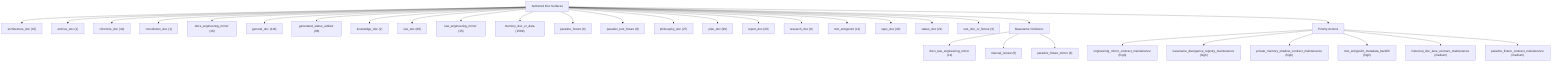
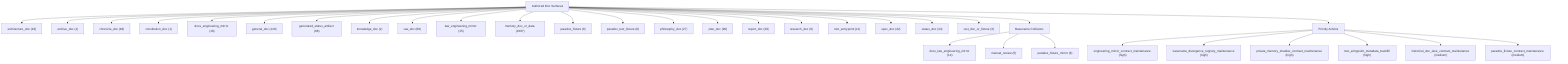
graph TD
    root["Authored Doc Surfaces"]
-     category_architecture_doc["architecture_doc (15)"]
+     category_architecture_doc["architecture_doc (18)"]
    root --> category_architecture_doc
    category_archive_doc["archive_doc (1)"]
    root --> category_archive_doc
-     category_chronicle_doc["chronicle_doc (42)"]
+     category_chronicle_doc["chronicle_doc (48)"]
    root --> category_chronicle_doc
    category_constitution_doc["constitution_doc (1)"]
    root --> category_constitution_doc
    category_docs_engineering_mirror["docs_engineering_mirror (16)"]
    root --> category_docs_engineering_mirror
-     category_general_doc["general_doc (118)"]
+     category_general_doc["general_doc (128)"]
    root --> category_general_doc
    category_generated_status_artifact["generated_status_artifact (96)"]
    root --> category_generated_status_artifact
    category_knowledge_doc["knowledge_doc (2)"]
    root --> category_knowledge_doc
    category_law_doc["law_doc (60)"]
    root --> category_law_doc
    category_law_engineering_mirror["law_engineering_mirror (15)"]
    root --> category_law_engineering_mirror
-     category_memory_doc_or_data["memory_doc_or_data (1589)"]
+     category_memory_doc_or_data["memory_doc_or_data (1607)"]
    root --> category_memory_doc_or_data
    category_paradox_fixture["paradox_fixture (8)"]
    root --> category_paradox_fixture
    category_paradox_test_fixture["paradox_test_fixture (8)"]
    root --> category_paradox_test_fixture
    category_philosophy_doc["philosophy_doc (27)"]
    root --> category_philosophy_doc
-     category_plan_doc["plan_doc (98)"]
+     category_plan_doc["plan_doc (99)"]
    root --> category_plan_doc
    category_report_doc["report_doc (29)"]
    root --> category_report_doc
-     category_research_doc["research_doc (8)"]
+     category_research_doc["research_doc (9)"]
    root --> category_research_doc
    category_root_entrypoint["root_entrypoint (11)"]
    root --> category_root_entrypoint
-     category_spec_doc["spec_doc (40)"]
+     category_spec_doc["spec_doc (42)"]
    root --> category_spec_doc
    category_status_doc["status_doc (24)"]
    root --> category_status_doc
    category_test_doc_or_fixture["test_doc_or_fixture (3)"]
    root --> category_test_doc_or_fixture
    collisions["Basename Collisions"]
    root --> collisions
    family_docs_law_engineering_mirror["docs_law_engineering_mirror (14)"]
    collisions --> family_docs_law_engineering_mirror
    family_manual_review["manual_review (5)"]
    collisions --> family_manual_review
    family_paradox_fixture_mirror["paradox_fixture_mirror (8)"]
    collisions --> family_paradox_fixture_mirror
    priorities["Priority Actions"]
    root --> priorities
    priority_engineering_mirror_contract_maintenance["engineering_mirror_contract_maintenance (high)"]
    priorities --> priority_engineering_mirror_contract_maintenance
    priority_basename_divergence_registry_maintenance["basename_divergence_registry_maintenance (high)"]
    priorities --> priority_basename_divergence_registry_maintenance
    priority_private_memory_shadow_contract_maintenance["private_memory_shadow_contract_maintenance (high)"]
    priorities --> priority_private_memory_shadow_contract_maintenance
    priority_root_entrypoint_metadata_backfill["root_entrypoint_metadata_backfill (high)"]
    priorities --> priority_root_entrypoint_metadata_backfill
    priority_historical_doc_lane_contract_maintenance["historical_doc_lane_contract_maintenance (medium)"]
    priorities --> priority_historical_doc_lane_contract_maintenance
    priority_paradox_fixture_contract_maintenance["paradox_fixture_contract_maintenance (medium)"]
    priorities --> priority_paradox_fixture_contract_maintenance
